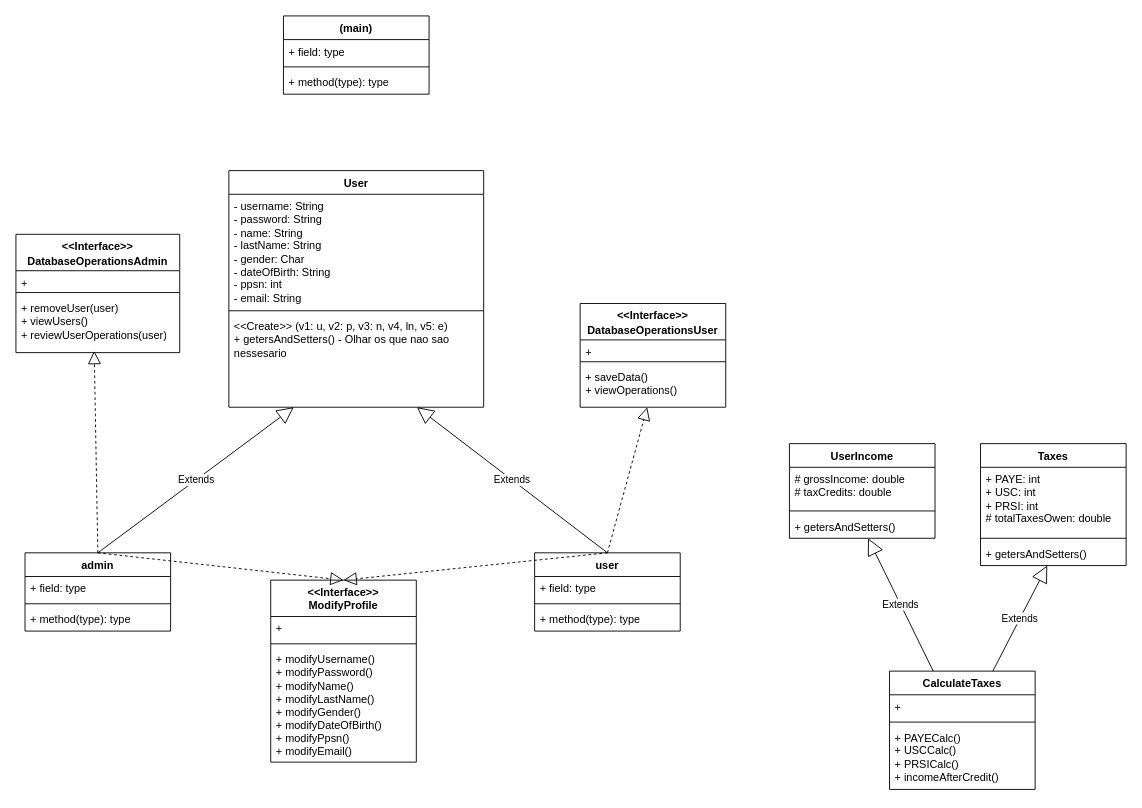
This is Test.drawio from Douglas2022322/databases_-_OCC_diagram, a draw.io file, before an edit. Source tidied: cells renumbered, new cells numbered last; positions are measured from the earlier drawing's top-left corner, leaving out a move shared by most shapes. Both pictures are drawn from the tidied source at 91%, with x=0, y=0 at pixel (15, 15).
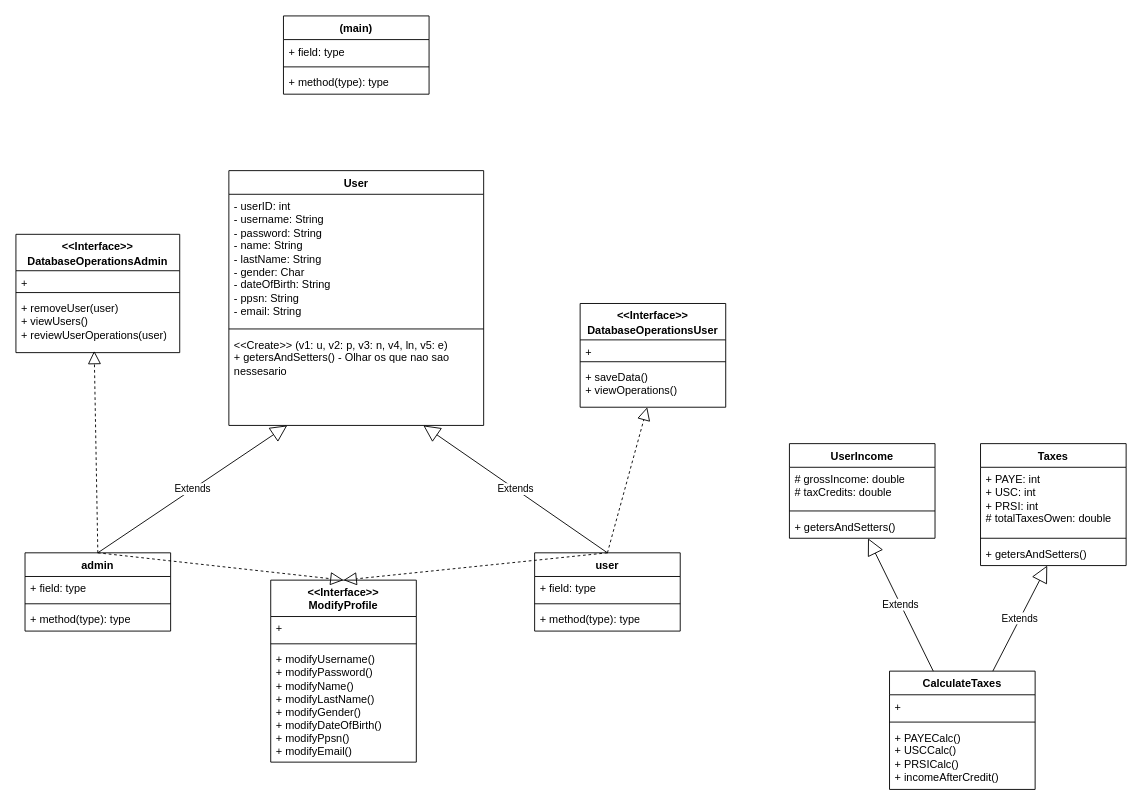
Above is the later version.

Diff of the diagram source:
```diff
@@
     <mxCell id="6" value="User" style="swimlane;fontStyle=1;align=center;verticalAlign=top;horizontal=1;startSize=26;whiteSpace=wrap;html=1;" parent="1" vertex="1">
-      <mxGeometry x="234" y="170" width="280" height="260" as="geometry" />
+      <mxGeometry x="234" y="170" width="280" height="280" as="geometry" />
     </mxCell>
-    <mxCell id="7" value="- username: String&lt;br&gt;- password: String&lt;br&gt;- name: String&lt;br&gt;- lastName: String&lt;br&gt;- gender: Char&lt;br&gt;- dateOfBirth: String&lt;br&gt;- ppsn: int&lt;br&gt;- email: String" style="text;strokeColor=none;fillColor=none;align=left;verticalAlign=top;spacingLeft=4;spacingRight=4;overflow=hidden;whiteSpace=wrap;html=1;" parent="6" vertex="1">
-      <mxGeometry y="26" width="280" height="124" as="geometry" />
+    <mxCell id="7" value="- userID: int&lt;br&gt;- username: String&lt;br&gt;- password: String&lt;br&gt;- name: String&lt;br&gt;- lastName: String&lt;br&gt;- gender: Char&lt;br&gt;- dateOfBirth: String&lt;br&gt;- ppsn: String&lt;br&gt;- email: String" style="text;strokeColor=none;fillColor=none;align=left;verticalAlign=top;spacingLeft=4;spacingRight=4;overflow=hidden;whiteSpace=wrap;html=1;" parent="6" vertex="1">
+      <mxGeometry y="26" width="280" height="144" as="geometry" />
     </mxCell>
     <mxCell id="8" style="line;strokeWidth=1;fillColor=none;align=left;verticalAlign=middle;spacingTop=-1;spacingLeft=3;spacingRight=3;labelPosition=right;strokeColor=inherit;" parent="6" vertex="1">
-      <mxGeometry y="150" width="280" height="8" as="geometry" />
+      <mxGeometry y="170" width="280" height="8" as="geometry" />
     </mxCell>
     <mxCell id="9" value="&amp;lt;&amp;lt;Create&amp;gt;&amp;gt; (v1: u, v2: p, v3: n, v4, ln, v5: e)&lt;br&gt;+ getersAndSetters() - Olhar os que nao sao nessesario" style="text;strokeColor=none;fillColor=none;align=left;verticalAlign=top;spacingLeft=4;spacingRight=4;overflow=hidden;points=[[0,0.5],[1,0.5]];portConstraint=eastwest;whiteSpace=wrap;html=1;" parent="6" vertex="1">
-      <mxGeometry y="158" width="280" height="102" as="geometry" />
+      <mxGeometry y="178" width="280" height="102" as="geometry" />
     </mxCell>
```
